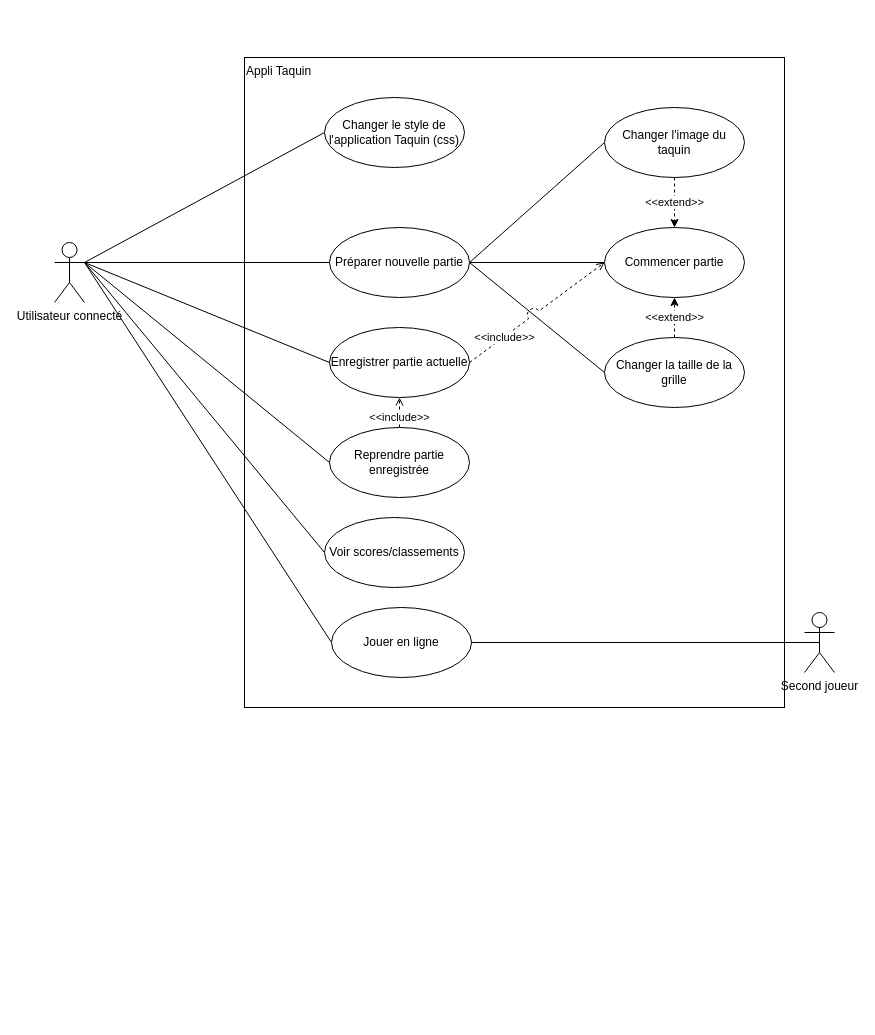
Earlier version of the draw.io diagram Diagramme_Cas_Utilisation.drawio (tiphainewo/Projet-Taquin). Source tidied: cells renumbered, new cells numbered last; positions are measured from the earlier drawing's top-left corner, leaving out a move shared by most shapes. Both pictures are drawn from the tidied source at 100%, with x=0, y=0 at pixel (54, 57).
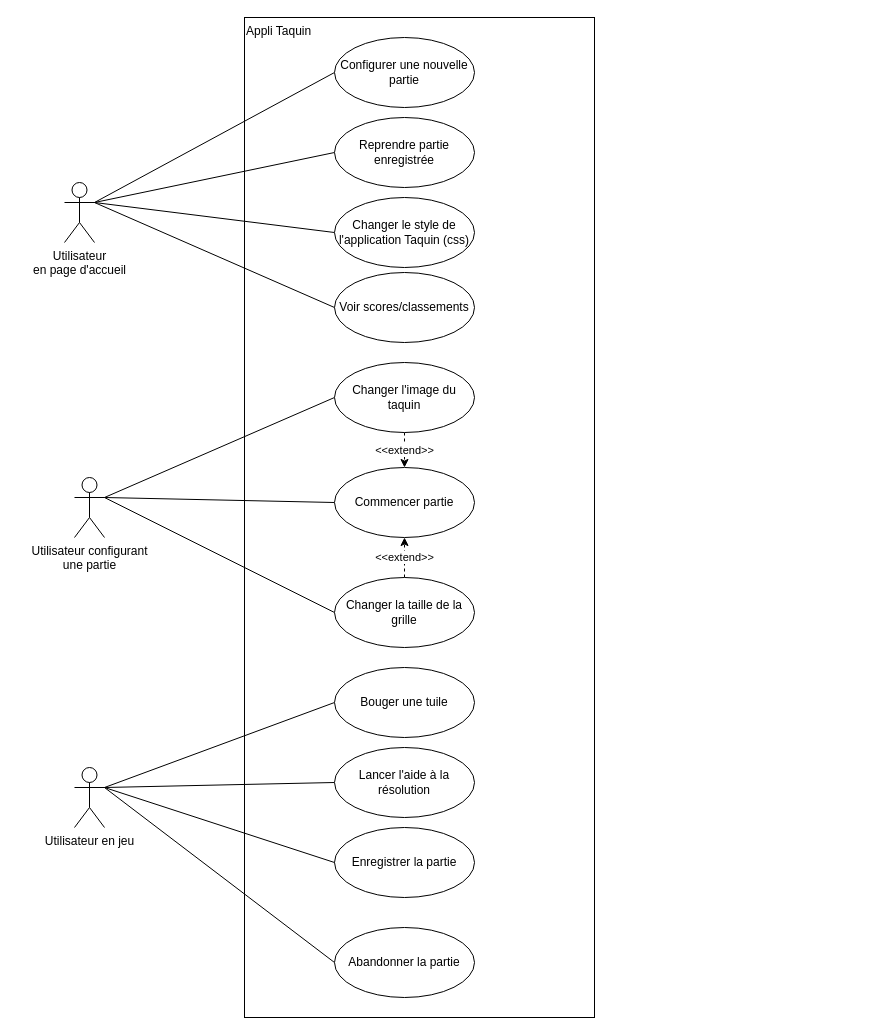
After the change.

The edit, as a diff of the source:
```diff
@@
     <mxCell id="2" value="&lt;div&gt;Appli Taquin&lt;/div&gt;" style="html=1;align=left;verticalAlign=top;" parent="1" vertex="1">
-      <mxGeometry x="190" width="540" height="650" as="geometry" />
+      <mxGeometry x="190" y="-40" width="350" height="1000" as="geometry" />
     </mxCell>
@@
-    <mxCell id="4" style="rounded=0;jettySize=auto;html=1;exitX=1;exitY=0.5;exitDx=0;exitDy=0;entryX=0;entryY=0.5;entryDx=0;entryDy=0;endArrow=none;endFill=0;" parent="1" edge="1" source="12" target="19">
+    <mxCell id="4" style="rounded=0;jettySize=auto;html=1;exitX=1;exitY=0.3333333333333333;exitDx=0;exitDy=0;entryX=0;entryY=0.5;entryDx=0;entryDy=0;endArrow=none;endFill=0;exitPerimeter=0;" parent="1" edge="1" source="29" target="19">
       <mxGeometry relative="1" as="geometry" />
     </mxCell>
-    <mxCell id="5" style="rounded=0;jettySize=auto;html=1;exitX=1;exitY=0.3333333333333333;exitDx=0;exitDy=0;exitPerimeter=0;entryX=0;entryY=0.5;entryDx=0;entryDy=0;endArrow=none;endFill=0;" parent="1" edge="1" source="9" target="12">
-      <mxGeometry relative="1" as="geometry" />
-    </mxCell>
-    <mxCell id="6" style="rounded=0;jettySize=auto;html=1;exitX=1;exitY=0.3333333333333333;exitDx=0;exitDy=0;exitPerimeter=0;entryX=0;entryY=0.5;entryDx=0;entryDy=0;endArrow=none;endFill=0;" parent="1" edge="1" source="9" target="14">
-      <mxGeometry relative="1" as="geometry" />
-    </mxCell>
@@
+    <mxCell id="28" style="edgeStyle=none;rounded=0;jumpStyle=arc;jumpSize=13;jettySize=auto;html=1;exitX=1;exitY=0.3333333333333333;exitDx=0;exitDy=0;exitPerimeter=0;entryX=0;entryY=0.5;entryDx=0;entryDy=0;endArrow=none;endFill=0;targetPerimeterSpacing=6;" parent="1" edge="1" source="9" target="35">
+      <mxGeometry relative="1" as="geometry" />
+    </mxCell>
-    <mxCell id="9" value="Utilisateur connecté" style="shape=umlActor;verticalLabelPosition=bottom;verticalAlign=top;html=1;outlineConnect=0;" parent="1" vertex="1">
-      <mxGeometry y="185" width="30" height="60" as="geometry" />
+    <mxCell id="9" value="&lt;div&gt;Utilisateur&lt;/div&gt;&lt;div&gt;en page d'accueil&lt;/div&gt;" style="shape=umlActor;verticalLabelPosition=bottom;verticalAlign=top;html=1;outlineConnect=0;" parent="1" vertex="1">
+      <mxGeometry x="10" y="125" width="30" height="60" as="geometry" />
     </mxCell>
-    <mxCell id="10" style="edgeStyle=none;rounded=0;jettySize=auto;html=1;exitX=1;exitY=0.5;exitDx=0;exitDy=0;entryX=0;entryY=0.5;entryDx=0;entryDy=0;endArrow=none;endFill=0;targetPerimeterSpacing=6;" parent="1" edge="1" source="12" target="27">
+    <mxCell id="10" style="edgeStyle=none;rounded=0;jettySize=auto;html=1;exitX=1;exitY=0.3333333333333333;exitDx=0;exitDy=0;entryX=0;entryY=0.5;entryDx=0;entryDy=0;endArrow=none;endFill=0;targetPerimeterSpacing=6;exitPerimeter=0;" parent="1" edge="1" source="29" target="27">
       <mxGeometry relative="1" as="geometry" />
     </mxCell>
-    <mxCell id="11" style="edgeStyle=none;rounded=0;jettySize=auto;html=1;exitX=1;exitY=0.5;exitDx=0;exitDy=0;entryX=0;entryY=0.5;entryDx=0;entryDy=0;endArrow=none;endFill=0;targetPerimeterSpacing=6;" parent="1" edge="1" source="12" target="26">
+    <mxCell id="11" style="edgeStyle=none;rounded=0;jettySize=auto;html=1;exitX=1;exitY=0.3333333333333333;exitDx=0;exitDy=0;entryX=0;entryY=0.5;entryDx=0;entryDy=0;endArrow=none;endFill=0;targetPerimeterSpacing=6;exitPerimeter=0;" parent="1" edge="1" source="29" target="26">
       <mxGeometry relative="1" as="geometry" />
     </mxCell>
-    <mxCell id="12" value="&lt;div&gt;Préparer nouvelle partie&lt;br&gt;&lt;/div&gt;" style="ellipse;whiteSpace=wrap;html=1;align=center;" parent="1" vertex="1">
-      <mxGeometry x="275" y="170" width="140" height="70" as="geometry" />
-    </mxCell>
-    <mxCell id="13" value="&lt;div&gt;&amp;lt;&amp;lt;include&amp;gt;&amp;gt;&lt;/div&gt;" style="edgeStyle=none;rounded=0;jettySize=auto;html=1;exitX=1;exitY=0.5;exitDx=0;exitDy=0;entryX=0;entryY=0.5;entryDx=0;entryDy=0;endArrow=open;endFill=0;dashed=1;jumpStyle=arc;jumpSize=13;" parent="1" edge="1" source="14" target="27">
-      <mxGeometry x="-0.49" y="-1" relative="1" as="geometry" />
-    </mxCell>
-    <mxCell id="14" value="Enregistrer partie actuelle" style="ellipse;whiteSpace=wrap;html=1;align=center;" parent="1" vertex="1">
-      <mxGeometry x="275" y="270" width="140" height="70" as="geometry" />
+    <mxCell id="14" value="Enregistrer la partie" style="ellipse;whiteSpace=wrap;html=1;align=center;" parent="1" vertex="1">
+      <mxGeometry x="280" y="770" width="140" height="70" as="geometry" />
     </mxCell>
-    <mxCell id="15" value="&amp;lt;&amp;lt;include&amp;gt;&amp;gt;" style="edgeStyle=none;rounded=0;jettySize=auto;html=1;exitX=0.5;exitY=0;exitDx=0;exitDy=0;entryX=0.5;entryY=1;entryDx=0;entryDy=0;dashed=1;endArrow=open;endFill=0;" parent="1" edge="1" source="16" target="14">
-      <mxGeometry x="-0.33" relative="1" as="geometry" />
-    </mxCell>
     <mxCell id="16" value="Reprendre partie enregistrée" style="ellipse;whiteSpace=wrap;html=1;align=center;" parent="1" vertex="1">
-      <mxGeometry x="275" y="370" width="140" height="70" as="geometry" />
+      <mxGeometry x="280" y="60" width="140" height="70" as="geometry" />
     </mxCell>
     <mxCell id="17" value="Voir scores/classements" style="ellipse;whiteSpace=wrap;html=1;align=center;" parent="1" vertex="1">
-      <mxGeometry x="270" y="460" width="140" height="70" as="geometry" />
+      <mxGeometry x="280" y="215" width="140" height="70" as="geometry" />
     </mxCell>
@@
     <mxCell id="19" value="Changer l'image du taquin" style="ellipse;whiteSpace=wrap;html=1;align=center;" parent="1" vertex="1">
-      <mxGeometry x="550" y="50" width="140" height="70" as="geometry" />
+      <mxGeometry x="280" y="305" width="140" height="70" as="geometry" />
     </mxCell>
     <mxCell id="20" value="Changer le style de l'application Taquin (css)" style="ellipse;whiteSpace=wrap;html=1;align=center;" parent="1" vertex="1">
-      <mxGeometry x="270" y="40" width="140" height="70" as="geometry" />
+      <mxGeometry x="280" y="140" width="140" height="70" as="geometry" />
     </mxCell>
-    <mxCell id="21" style="edgeStyle=none;rounded=0;jettySize=auto;html=1;exitX=0;exitY=0.5;exitDx=0;exitDy=0;entryX=1;entryY=0.3333333333333333;entryDx=0;entryDy=0;entryPerimeter=0;endArrow=none;endFill=0;targetPerimeterSpacing=6;" parent="1" edge="1" source="22" target="9">
-      <mxGeometry relative="1" as="geometry" />
-    </mxCell>
-    <mxCell id="22" value="Jouer en ligne" style="ellipse;whiteSpace=wrap;html=1;align=center;" parent="1" vertex="1">
-      <mxGeometry x="277" y="550" width="140" height="70" as="geometry" />
-    </mxCell>
-    <mxCell id="23" style="edgeStyle=none;rounded=0;jettySize=auto;html=1;exitX=0.5;exitY=0.5;exitDx=0;exitDy=0;exitPerimeter=0;entryX=1;entryY=0.5;entryDx=0;entryDy=0;endArrow=none;endFill=0;targetPerimeterSpacing=6;" parent="1" edge="1" source="24" target="22">
-      <mxGeometry relative="1" as="geometry" />
-    </mxCell>
-    <mxCell id="24" value="&lt;div&gt;Second joueur&lt;/div&gt;" style="shape=umlActor;verticalLabelPosition=bottom;verticalAlign=top;html=1;align=center;" parent="1" vertex="1">
-      <mxGeometry x="750" y="555" width="30" height="60" as="geometry" />
-    </mxCell>
@@
     <mxCell id="26" value="Changer la taille de la grille" style="ellipse;whiteSpace=wrap;html=1;align=center;" parent="1" vertex="1">
-      <mxGeometry x="550" y="280" width="140" height="70" as="geometry" />
+      <mxGeometry x="280" y="520" width="140" height="70" as="geometry" />
     </mxCell>
+    <mxCell id="29" value="&lt;div&gt;Utilisateur configurant&lt;/div&gt;&lt;div&gt;une partie&lt;/div&gt;" style="shape=umlActor;verticalLabelPosition=bottom;verticalAlign=top;html=1;align=center;" parent="1" vertex="1">
+      <mxGeometry x="20" y="420" width="30" height="60" as="geometry" />
+    </mxCell>
+    <mxCell id="30" style="edgeStyle=none;rounded=0;jumpStyle=arc;jumpSize=13;jettySize=auto;html=1;exitX=1;exitY=0.3333333333333333;exitDx=0;exitDy=0;exitPerimeter=0;entryX=0;entryY=0.5;entryDx=0;entryDy=0;endArrow=none;endFill=0;targetPerimeterSpacing=6;" parent="1" edge="1" source="34" target="14">
+      <mxGeometry relative="1" as="geometry" />
+    </mxCell>
+    <mxCell id="31" style="edgeStyle=none;rounded=0;jumpStyle=arc;jumpSize=13;jettySize=auto;html=1;exitX=1;exitY=0.3333333333333333;exitDx=0;exitDy=0;exitPerimeter=0;entryX=0;entryY=0.5;entryDx=0;entryDy=0;endArrow=none;endFill=0;targetPerimeterSpacing=6;" parent="1" edge="1" source="34" target="36">
+      <mxGeometry relative="1" as="geometry" />
+    </mxCell>
+    <mxCell id="32" style="edgeStyle=none;rounded=0;jumpStyle=arc;jumpSize=13;jettySize=auto;html=1;exitX=1;exitY=0.3333333333333333;exitDx=0;exitDy=0;exitPerimeter=0;entryX=0;entryY=0.5;entryDx=0;entryDy=0;endArrow=none;endFill=0;targetPerimeterSpacing=6;" parent="1" edge="1" source="34" target="37">
+      <mxGeometry relative="1" as="geometry" />
+    </mxCell>
+    <mxCell id="33" style="edgeStyle=none;rounded=0;jumpStyle=arc;jumpSize=13;jettySize=auto;html=1;exitX=1;exitY=0.3333333333333333;exitDx=0;exitDy=0;exitPerimeter=0;entryX=0;entryY=0.5;entryDx=0;entryDy=0;endArrow=none;endFill=0;targetPerimeterSpacing=6;" parent="1" edge="1" source="34" target="38">
+      <mxGeometry relative="1" as="geometry" />
+    </mxCell>
+    <mxCell id="34" value="Utilisateur en jeu" style="shape=umlActor;verticalLabelPosition=bottom;verticalAlign=top;html=1;align=center;" parent="1" vertex="1">
+      <mxGeometry x="20" y="710" width="30" height="60" as="geometry" />
+    </mxCell>
     <mxCell id="27" value="Commencer partie" style="ellipse;whiteSpace=wrap;html=1;align=center;" parent="1" vertex="1">
-      <mxGeometry x="550" y="170" width="140" height="70" as="geometry" />
+      <mxGeometry x="280" y="410" width="140" height="70" as="geometry" />
     </mxCell>
+    <mxCell id="35" value="Configurer une nouvelle partie" style="ellipse;whiteSpace=wrap;html=1;align=center;" parent="1" vertex="1">
+      <mxGeometry x="280" y="-20" width="140" height="70" as="geometry" />
+    </mxCell>
+    <mxCell id="36" value="Abandonner la partie" style="ellipse;whiteSpace=wrap;html=1;align=center;" parent="1" vertex="1">
+      <mxGeometry x="280" y="870" width="140" height="70" as="geometry" />
+    </mxCell>
+    <mxCell id="37" value="Bouger une tuile" style="ellipse;whiteSpace=wrap;html=1;align=center;" parent="1" vertex="1">
+      <mxGeometry x="280" y="610" width="140" height="70" as="geometry" />
+    </mxCell>
+    <mxCell id="38" value="Lancer l'aide à la résolution" style="ellipse;whiteSpace=wrap;html=1;align=center;" parent="1" vertex="1">
+      <mxGeometry x="280" y="690" width="140" height="70" as="geometry" />
+    </mxCell>
```
